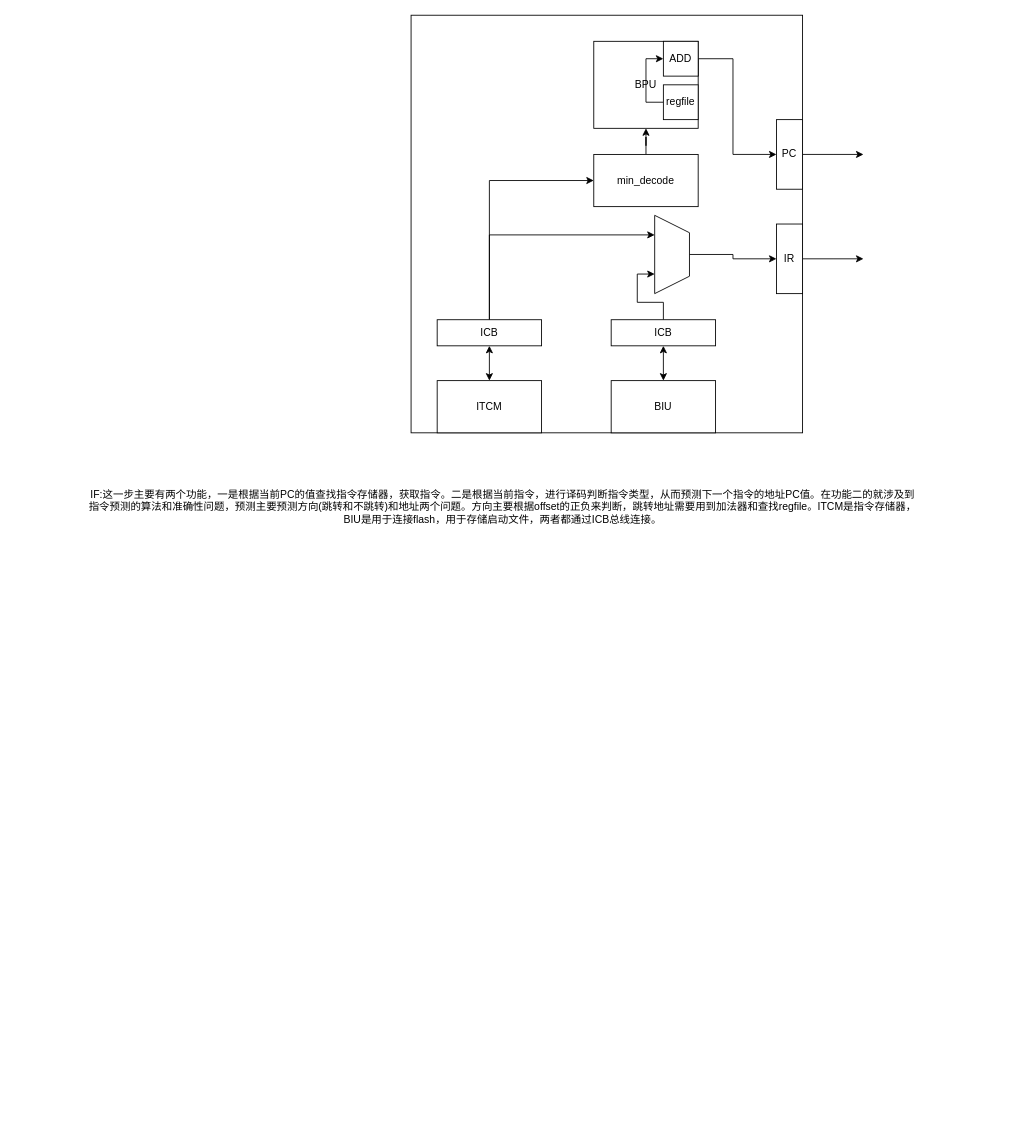
Above: RISC-V.drawio in muguang123/drwaio (draw.io), before the change. Source tidied: cells renumbered, new cells numbered last; positions are measured from the earlier drawing's top-left corner, leaving out a move shared by most shapes. Both pictures are drawn from the tidied source at 87%, with x=0, y=0 at pixel (80, 15).
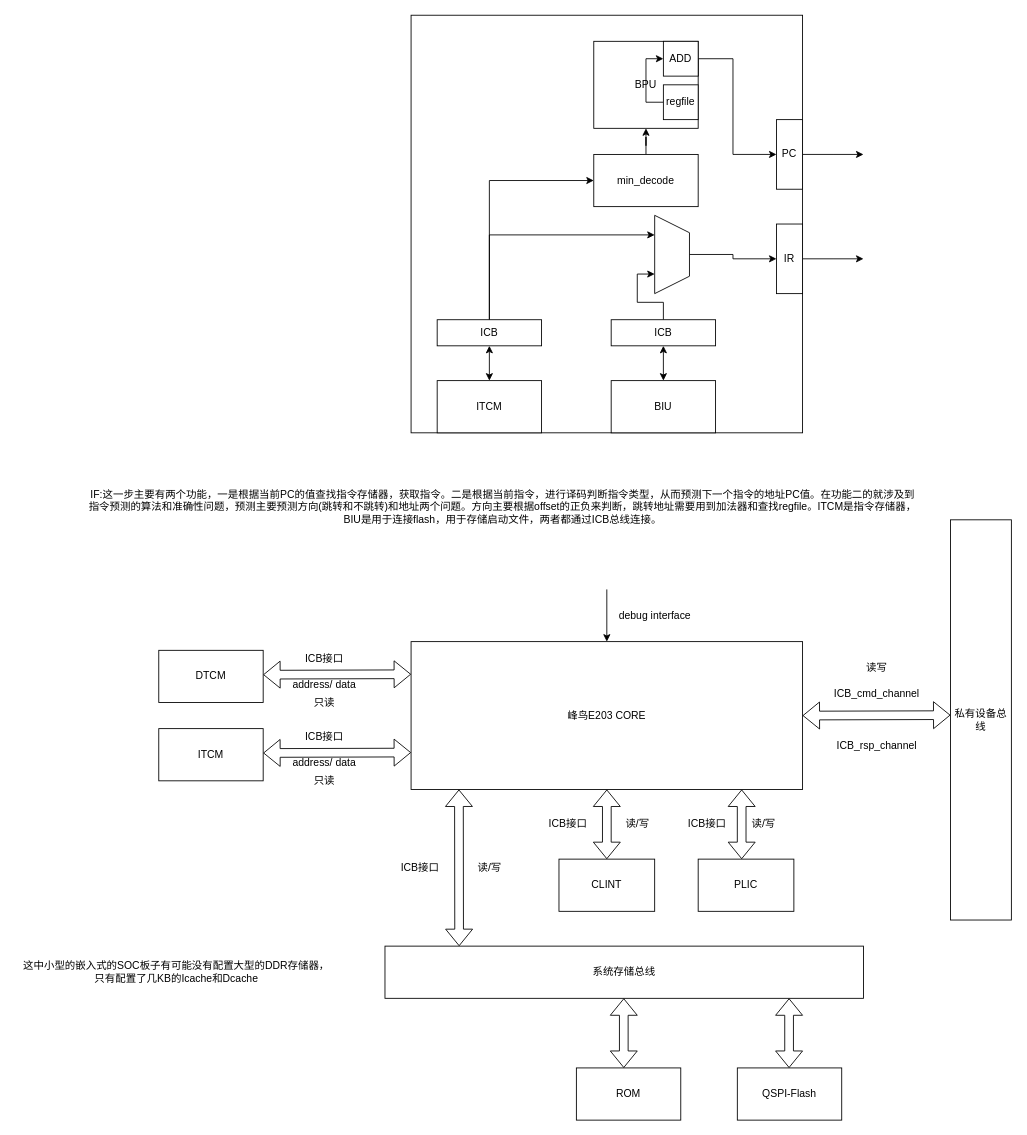
The same diagram, later.

Diff of the diagram source:
```diff
@@
+    <mxCell id="26" value="峰鸟E203 CORE" style="rounded=0;whiteSpace=wrap;html=1;" parent="1" vertex="1">
+      <mxGeometry x="380" y="720" width="450" height="170" as="geometry" />
+    </mxCell>
+    <mxCell id="27" value="debug interface" style="text;html=1;align=center;verticalAlign=middle;" parent="1" vertex="1">
+      <mxGeometry x="610" y="680" width="100" height="20" as="geometry" />
+    </mxCell>
+    <mxCell id="28" style="shape=flexArrow;endArrow=classic;startArrow=classic;html=1;entryX=0;entryY=0.75;entryDx=0;entryDy=0;" parent="1" edge="1" target="26">
+      <mxGeometry relative="1" as="geometry">
+        <mxPoint x="210" y="848" as="sourcePoint" />
+      </mxGeometry>
+    </mxCell>
+    <mxCell id="29" value="ICB接口" style="text;html=1;align=center;verticalAlign=middle;" parent="1" vertex="1">
+      <mxGeometry x="250" y="820" width="60" height="20" as="geometry" />
+    </mxCell>
+    <mxCell id="30" value="address/ data" style="text;html=1;align=center;verticalAlign=middle;" parent="1" vertex="1">
+      <mxGeometry x="235" y="850" width="90" height="20" as="geometry" />
+    </mxCell>
+    <mxCell id="31" value="ITCM" style="rounded=0;whiteSpace=wrap;html=1;" parent="1" vertex="1">
+      <mxGeometry x="90" y="820" width="120" height="60" as="geometry" />
+    </mxCell>
+    <mxCell id="32" value="私有设备总线" style="rounded=0;whiteSpace=wrap;html=1;" parent="1" vertex="1">
+      <mxGeometry x="1000" y="580" width="70" height="460" as="geometry" />
+    </mxCell>
+    <mxCell id="33" style="shape=flexArrow;endArrow=classic;startArrow=classic;html=1;entryX=0;entryY=0.75;entryDx=0;entryDy=0;" parent="1" edge="1">
+      <mxGeometry relative="1" as="geometry">
+        <mxPoint x="830" y="805" as="sourcePoint" />
+        <mxPoint x="1000" y="804.5" as="targetPoint" />
+      </mxGeometry>
+    </mxCell>
+    <mxCell id="34" value="ICB_cmd_channel" style="text;html=1;align=center;verticalAlign=middle;" parent="1" vertex="1">
+      <mxGeometry x="860" y="770" width="110" height="20" as="geometry" />
+    </mxCell>
+    <mxCell id="35" value="ICB_rsp_channel" style="text;html=1;align=center;verticalAlign=middle;" parent="1" vertex="1">
+      <mxGeometry x="860" y="830" width="110" height="20" as="geometry" />
+    </mxCell>
+    <mxCell id="36" value="CLINT" style="rounded=0;whiteSpace=wrap;html=1;" parent="1" vertex="1">
+      <mxGeometry x="550" y="970" width="110" height="60" as="geometry" />
+    </mxCell>
+    <mxCell id="37" value="PLIC" style="rounded=0;whiteSpace=wrap;html=1;" parent="1" vertex="1">
+      <mxGeometry x="710" y="970" width="110" height="60" as="geometry" />
+    </mxCell>
+    <mxCell id="38" style="shape=flexArrow;endArrow=classic;startArrow=classic;html=1;entryX=0.5;entryY=1;entryDx=0;entryDy=0;exitX=0.5;exitY=0;exitDx=0;exitDy=0;" parent="1" edge="1" source="36" target="26">
+      <mxGeometry relative="1" as="geometry" />
+    </mxCell>
+    <mxCell id="39" value="ICB接口" style="text;html=1;align=center;verticalAlign=middle;" parent="1" vertex="1">
+      <mxGeometry x="530" y="920" width="60" height="20" as="geometry" />
+    </mxCell>
+    <mxCell id="40" value="只读" style="text;html=1;align=center;verticalAlign=middle;" parent="1" vertex="1">
+      <mxGeometry x="260" y="870" width="40" height="20" as="geometry" />
+    </mxCell>
+    <mxCell id="41" value="读/写" style="text;html=1;align=center;verticalAlign=middle;" parent="1" vertex="1">
+      <mxGeometry x="620" y="920" width="40" height="20" as="geometry" />
+    </mxCell>
+    <mxCell id="42" style="shape=flexArrow;endArrow=classic;startArrow=classic;html=1;entryX=0.5;entryY=1;entryDx=0;entryDy=0;exitX=0.5;exitY=0;exitDx=0;exitDy=0;" parent="1" edge="1">
+      <mxGeometry relative="1" as="geometry">
+        <mxPoint x="760" y="970" as="sourcePoint" />
+        <mxPoint x="760" y="890" as="targetPoint" />
+      </mxGeometry>
+    </mxCell>
+    <mxCell id="43" value="ICB接口" style="text;html=1;align=center;verticalAlign=middle;" parent="1" vertex="1">
+      <mxGeometry x="690" y="920" width="60" height="20" as="geometry" />
+    </mxCell>
+    <mxCell id="44" value="读/写" style="text;html=1;align=center;verticalAlign=middle;" parent="1" vertex="1">
+      <mxGeometry x="765" y="920" width="40" height="20" as="geometry" />
+    </mxCell>
+    <mxCell id="45" style="shape=flexArrow;endArrow=classic;startArrow=classic;html=1;entryX=0;entryY=0.75;entryDx=0;entryDy=0;" parent="1" edge="1">
+      <mxGeometry relative="1" as="geometry">
+        <mxPoint x="210" y="758" as="sourcePoint" />
+        <mxPoint x="380" y="757.5" as="targetPoint" />
+      </mxGeometry>
+    </mxCell>
+    <mxCell id="46" value="ICB接口" style="text;html=1;align=center;verticalAlign=middle;" parent="1" vertex="1">
+      <mxGeometry x="250" y="730" width="60" height="20" as="geometry" />
+    </mxCell>
+    <mxCell id="47" value="address/ data" style="text;html=1;align=center;verticalAlign=middle;" parent="1" vertex="1">
+      <mxGeometry x="235" y="760" width="90" height="20" as="geometry" />
+    </mxCell>
+    <mxCell id="48" value="DTCM" style="rounded=0;whiteSpace=wrap;html=1;" parent="1" vertex="1">
+      <mxGeometry x="90" y="730" width="120" height="60" as="geometry" />
+    </mxCell>
+    <mxCell id="49" value="只读" style="text;html=1;align=center;verticalAlign=middle;" parent="1" vertex="1">
+      <mxGeometry x="260" y="780" width="40" height="20" as="geometry" />
+    </mxCell>
+    <mxCell id="50" value="系统存储总线" style="rounded=0;whiteSpace=wrap;html=1;" parent="1" vertex="1">
+      <mxGeometry x="350" y="1070" width="550" height="60" as="geometry" />
+    </mxCell>
+    <mxCell id="51" value="读写" style="text;html=1;align=center;verticalAlign=middle;" parent="1" vertex="1">
+      <mxGeometry x="895" y="740" width="40" height="20" as="geometry" />
+    </mxCell>
+    <mxCell id="52" style="shape=flexArrow;endArrow=classic;startArrow=classic;html=1;entryX=0.5;entryY=1;entryDx=0;entryDy=0;exitX=0.155;exitY=0;exitDx=0;exitDy=0;exitPerimeter=0;" parent="1" edge="1" source="50">
+      <mxGeometry relative="1" as="geometry">
+        <mxPoint x="435" y="890" as="targetPoint" />
+      </mxGeometry>
+    </mxCell>
+    <mxCell id="53" value="ICB接口" style="text;html=1;align=center;verticalAlign=middle;" parent="1" vertex="1">
+      <mxGeometry x="360" y="970" width="60" height="20" as="geometry" />
+    </mxCell>
+    <mxCell id="54" value="读/写" style="text;html=1;align=center;verticalAlign=middle;" parent="1" vertex="1">
+      <mxGeometry x="450" y="970" width="40" height="20" as="geometry" />
+    </mxCell>
+    <mxCell id="55" value="ROM" style="rounded=0;whiteSpace=wrap;html=1;" parent="1" vertex="1">
+      <mxGeometry x="570" y="1210" width="120" height="60" as="geometry" />
+    </mxCell>
+    <mxCell id="56" value="QSPI-Flash" style="rounded=0;whiteSpace=wrap;html=1;" parent="1" vertex="1">
+      <mxGeometry x="755" y="1210" width="120" height="60" as="geometry" />
+    </mxCell>
+    <mxCell id="57" style="shape=flexArrow;endArrow=classic;startArrow=classic;html=1;entryX=0.5;entryY=1;entryDx=0;entryDy=0;exitX=0.5;exitY=0;exitDx=0;exitDy=0;" parent="1" edge="1">
+      <mxGeometry relative="1" as="geometry">
+        <mxPoint x="624.5" y="1210" as="sourcePoint" />
+        <mxPoint x="624.5" y="1130" as="targetPoint" />
+      </mxGeometry>
+    </mxCell>
+    <mxCell id="58" style="shape=flexArrow;endArrow=classic;startArrow=classic;html=1;entryX=0.5;entryY=1;entryDx=0;entryDy=0;exitX=0.5;exitY=0;exitDx=0;exitDy=0;" parent="1" edge="1">
+      <mxGeometry relative="1" as="geometry">
+        <mxPoint x="814.5" y="1210" as="sourcePoint" />
+        <mxPoint x="814.5" y="1130" as="targetPoint" />
+      </mxGeometry>
+    </mxCell>
+    <mxCell id="59" style="endArrow=classic;html=1;entryX=0.5;entryY=0;entryDx=0;entryDy=0;" parent="1" edge="1" target="26">
+      <mxGeometry relative="1" as="geometry">
+        <mxPoint x="605" y="660" as="sourcePoint" />
+      </mxGeometry>
+    </mxCell>
+    <mxCell id="60" value="这中小型的嵌入式的SOC板子有可能没有配置大型的DDR存储器，&lt;br&gt;只有配置了几KB的Icache和Dcache" style="text;html=1;align=center;verticalAlign=middle;" parent="1" vertex="1">
+      <mxGeometry x="-75" y="1085" width="370" height="30" as="geometry" />
+    </mxCell>
```
